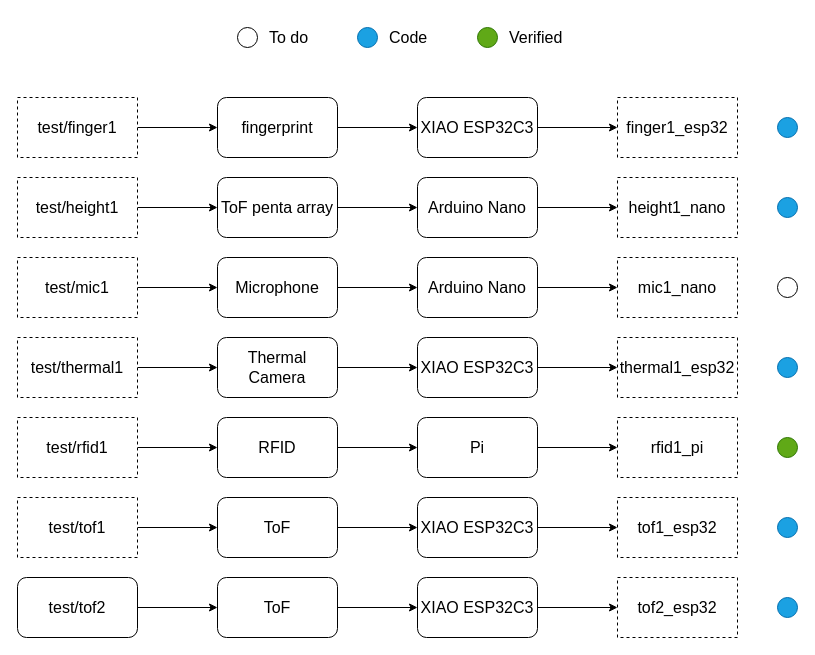
utsanpb2-234/Reminder-IoT keeps this draw.io diagram as devices.drawio. Above is the earlier version. Source tidied: cells renumbered, new cells numbered last; positions are measured from the earlier drawing's top-left corner, leaving out a move shared by most shapes. Both pictures are drawn from the tidied source at 100%, with x=0, y=0 at pixel (17, 17).
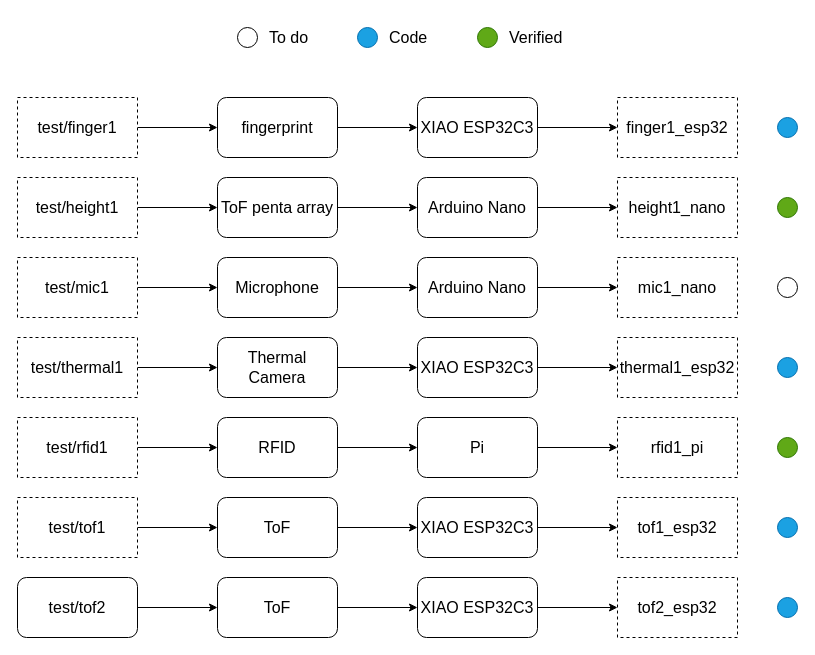
The same diagram, later.

Diff of the diagram source:
```diff
@@
-    <mxCell id="39" style="ellipse;whiteSpace=wrap;html=1;fillColor=#1ba1e2;fontColor=#ffffff;strokeColor=#006EAF;" parent="1" vertex="1">
+    <mxCell id="39" style="ellipse;whiteSpace=wrap;html=1;fillColor=#60a917;fontColor=#ffffff;strokeColor=#2D7600;" parent="1" vertex="1">
       <mxGeometry x="760" y="180" width="20" height="20" as="geometry" />
     </mxCell>
```
